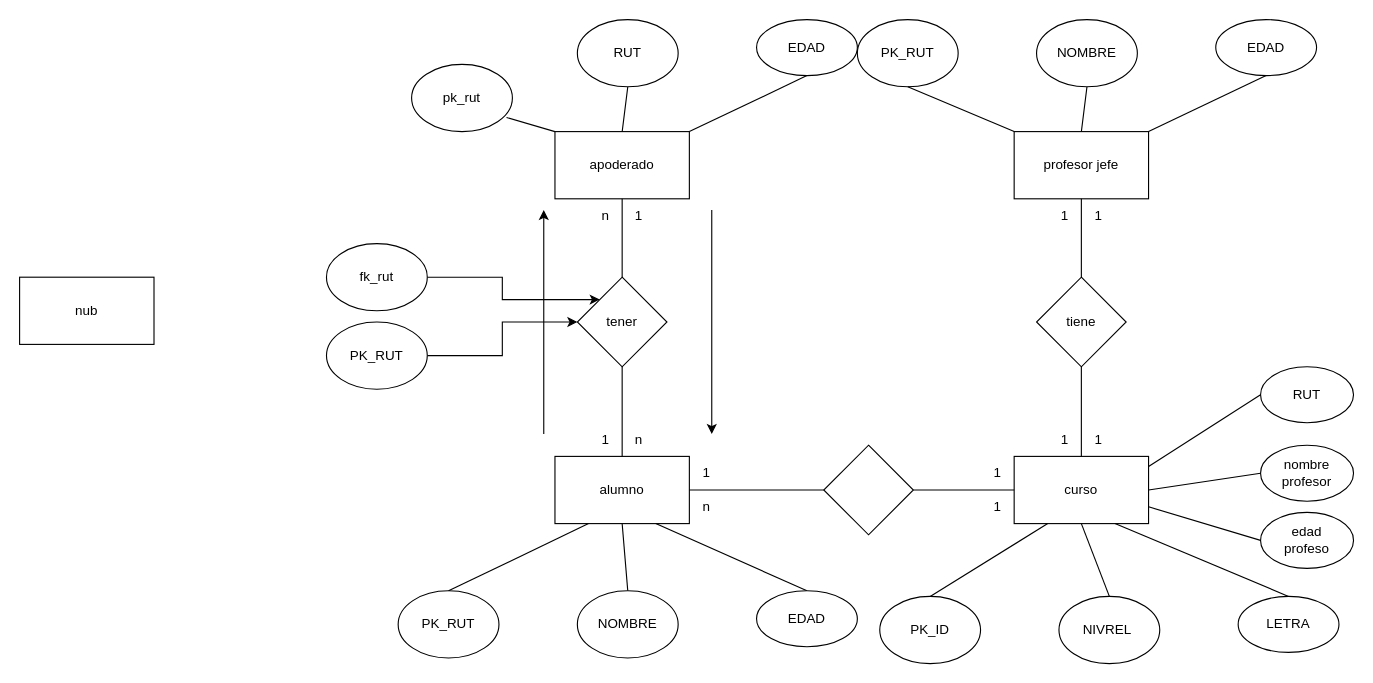
This is Diagrama sin título.drawio from juan789Q/juan890, a draw.io file, before an edit. Source tidied: cells renumbered, new cells numbered last; positions are measured from the earlier drawing's top-left corner, leaving out a move shared by most shapes. Both pictures are drawn from the tidied source at 112%, with x=0, y=0 at pixel (19, 19).
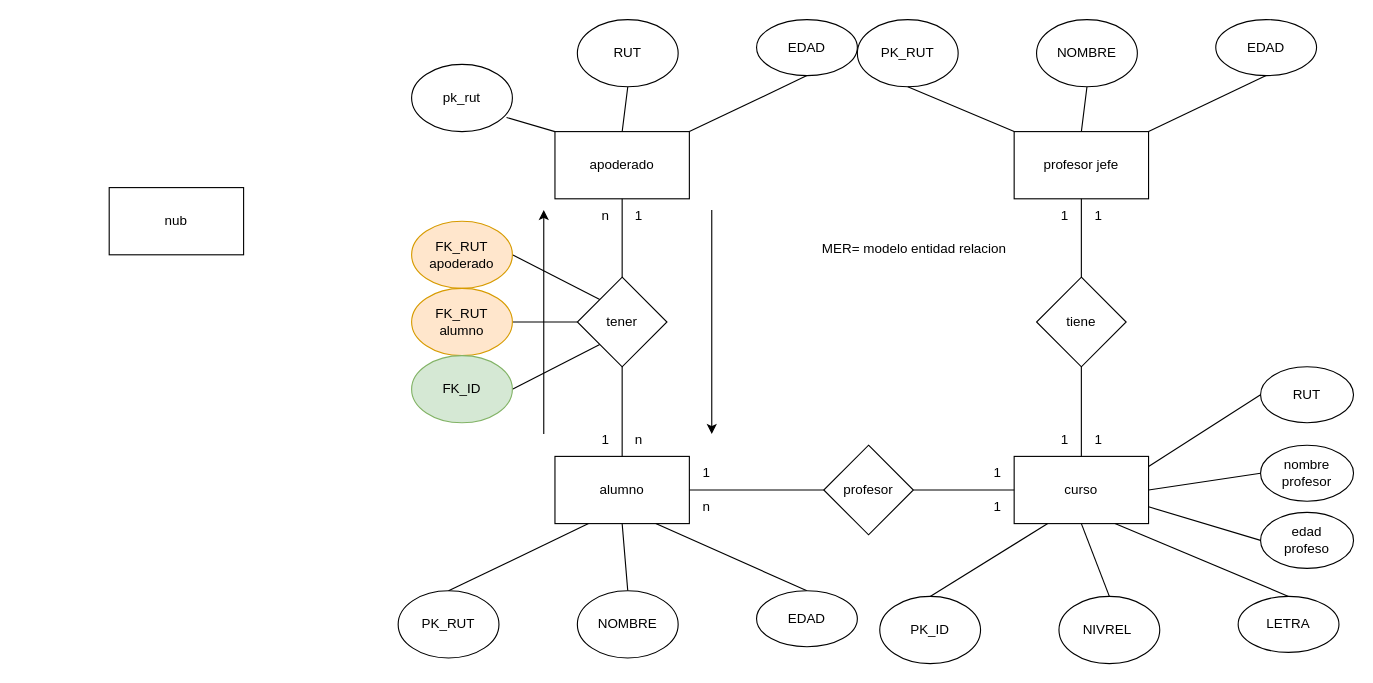
Above is the later version.

Unchanged cells that the change refers to:
```xml
<mxCell id="6" value="tener" style="rhombus;whiteSpace=wrap;html=1;" parent="1" vertex="1">
  <mxGeometry x="498" y="230" width="80" height="80" as="geometry" />
</mxCell>
```

Diff of the diagram source:
```diff
@@
-    <mxCell id="18" style="rhombus;whiteSpace=wrap;html=1;" parent="1" vertex="1">
+    <mxCell id="18" value="profesor" style="rhombus;whiteSpace=wrap;html=1;" parent="1" vertex="1">
       <mxGeometry x="718" y="380" width="80" height="80" as="geometry" />
     </mxCell>
@@
-    <mxCell id="29" style="edgeStyle=orthogonalEdgeStyle;rounded=0;jettySize=auto;html=1;exitX=1;exitY=0.5;exitDx=0;exitDy=0;entryX=0;entryY=0;entryDx=0;entryDy=0;" parent="1" edge="1" source="30" target="6">
+    <mxCell id="29" style="rounded=0;jettySize=auto;html=1;exitX=1;exitY=0.5;exitDx=0;exitDy=0;entryX=0;entryY=0;entryDx=0;entryDy=0;endArrow=none;endFill=0;" parent="1" edge="1" source="30" target="6">
       <mxGeometry relative="1" as="geometry" />
     </mxCell>
-    <mxCell id="30" value="fk_rut" style="ellipse;whiteSpace=wrap;html=1;" parent="1" vertex="1">
-      <mxGeometry x="274" y="200" width="90" height="60" as="geometry" />
+    <mxCell id="30" value="&lt;div&gt;FK_RUT&lt;/div&gt;&lt;div&gt;apoderado&lt;/div&gt;" style="ellipse;whiteSpace=wrap;html=1;fillColor=#ffe6cc;strokeColor=#d79b00;" parent="1" vertex="1">
+      <mxGeometry x="350" y="180" width="90" height="60" as="geometry" />
     </mxCell>
@@
     <mxCell id="59" value="nub" style="rounded=0;whiteSpace=wrap;html=1;" parent="1" vertex="1">
-      <mxGeometry y="230" width="120" height="60" as="geometry" />
+      <mxGeometry x="80" y="150" width="120" height="60" as="geometry" />
     </mxCell>
@@
-    <mxCell id="62" style="edgeStyle=orthogonalEdgeStyle;rounded=0;jettySize=auto;html=1;exitX=0;exitY=0.5;exitDx=0;exitDy=0;entryX=0;entryY=0.5;entryDx=0;entryDy=0;" parent="1" edge="1" source="63" target="6">
+    <mxCell id="62" style="rounded=0;jettySize=auto;html=1;exitX=0;exitY=0.5;exitDx=0;exitDy=0;entryX=0;entryY=0.5;entryDx=0;entryDy=0;endArrow=none;endFill=0;" parent="1" edge="1" source="63" target="6">
       <mxGeometry relative="1" as="geometry" />
     </mxCell>
-    <mxCell id="63" value="PK_RUT" style="ellipse;whiteSpace=wrap;html=1;direction=west;" parent="1" vertex="1">
-      <mxGeometry x="274" y="270" width="90" height="60" as="geometry" />
+    <mxCell id="63" value="FK_RUT&lt;div&gt;alumno&lt;/div&gt;" style="ellipse;whiteSpace=wrap;html=1;direction=west;fillColor=#ffe6cc;strokeColor=#d79b00;" parent="1" vertex="1">
+      <mxGeometry x="350" y="240" width="90" height="60" as="geometry" />
     </mxCell>
+    <mxCell id="64" style="rounded=0;jettySize=auto;html=1;exitX=0;exitY=0.5;exitDx=0;exitDy=0;entryX=0;entryY=1;entryDx=0;entryDy=0;endArrow=none;endFill=0;" parent="1" edge="1" source="65" target="6">
+      <mxGeometry relative="1" as="geometry" />
+    </mxCell>
+    <mxCell id="65" value="FK_ID" style="ellipse;whiteSpace=wrap;html=1;direction=west;fillColor=#d5e8d4;strokeColor=#82b366;" parent="1" vertex="1">
+      <mxGeometry x="350" y="300" width="90" height="60" as="geometry" />
+    </mxCell>
+    <mxCell id="66" value="&lt;p style=&quot;line-height: 90%;&quot;&gt;MER= modelo entidad relacion&lt;/p&gt;" style="text;html=1;align=center;verticalAlign=middle;whiteSpace=wrap;rounded=0;" parent="1" vertex="1">
+      <mxGeometry x="708" y="190" width="182" height="30" as="geometry" />
+    </mxCell>
```
